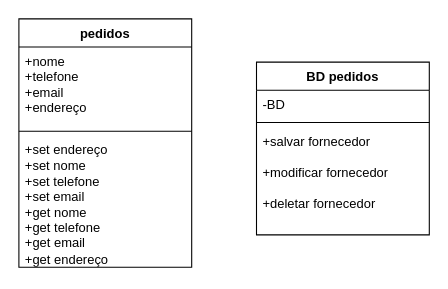
This is page "Página-3" (3 of 5) of Doc/classes.drawio from bryan0000000/fluxogramas, a draw.io file, before an edit. Source tidied: cells renumbered, new cells numbered last; positions are measured from the earlier drawing's top-left corner, leaving out a move shared by most shapes. Both pictures are drawn from the tidied source at 108%, with x=0, y=0 at pixel (18, 18).
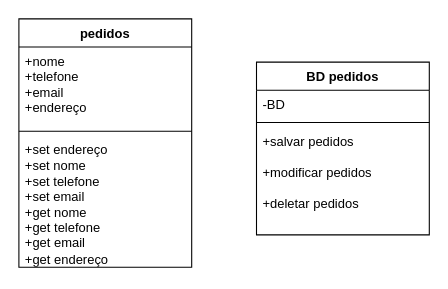
The same diagram, later.

Diff of the diagram source:
```diff
@@
 <mxGraphModel>
   <root>
     <mxCell id="0" />
     <mxCell id="1" parent="0" />
     <mxCell id="2" value="pedidos" style="swimlane;fontStyle=1;align=center;verticalAlign=top;horizontal=1;startSize=26;whiteSpace=wrap;html=1;" parent="1" vertex="1">
       <mxGeometry width="160" height="230" as="geometry" />
     </mxCell>
     <mxCell id="3" value="&lt;div&gt;+nome&lt;/div&gt;&lt;div&gt;+telefone&lt;/div&gt;&lt;div&gt;+email&lt;/div&gt;&lt;div&gt;+endereço&lt;/div&gt;" style="text;strokeColor=none;fillColor=none;align=left;verticalAlign=top;spacingLeft=4;spacingRight=4;overflow=hidden;whiteSpace=wrap;html=1;" parent="2" vertex="1">
       <mxGeometry y="26" width="160" height="74" as="geometry" />
     </mxCell>
     <mxCell id="4" style="line;strokeWidth=1;fillColor=none;align=left;verticalAlign=middle;spacingTop=-1;spacingLeft=3;spacingRight=3;labelPosition=right;strokeColor=inherit;" parent="2" vertex="1">
       <mxGeometry y="100" width="160" height="8" as="geometry" />
     </mxCell>
     <mxCell id="5" value="&lt;div&gt;+set endereço&lt;/div&gt;&lt;div&gt;+set nome&lt;br&gt;&lt;/div&gt;&lt;div&gt;+set telefone&lt;/div&gt;&lt;div&gt;&lt;span style=&quot;background-color: initial;&quot;&gt;+set email&lt;/span&gt;&lt;br&gt;&lt;/div&gt;&lt;div&gt;&lt;span style=&quot;background-color: initial;&quot;&gt;+get nome&lt;/span&gt;&lt;/div&gt;&lt;div&gt;+get telefone&lt;/div&gt;&lt;div&gt;+get email&lt;br&gt;&lt;/div&gt;&lt;div&gt;+get endereço&lt;/div&gt;" style="text;strokeColor=none;fillColor=none;align=left;verticalAlign=top;spacingLeft=4;spacingRight=4;overflow=hidden;whiteSpace=wrap;html=1;" parent="2" vertex="1">
       <mxGeometry y="108" width="160" height="122" as="geometry" />
     </mxCell>
     <mxCell id="6" value="BD pedidos" style="swimlane;fontStyle=1;align=center;verticalAlign=top;horizontal=1;startSize=26;whiteSpace=wrap;html=1;" parent="1" vertex="1">
       <mxGeometry x="220" y="40" width="160" height="160" as="geometry" />
     </mxCell>
     <mxCell id="7" value="-BD" style="text;strokeColor=none;fillColor=none;align=left;verticalAlign=top;spacingLeft=4;spacingRight=4;overflow=hidden;whiteSpace=wrap;html=1;" parent="6" vertex="1">
       <mxGeometry y="26" width="160" height="26" as="geometry" />
     </mxCell>
     <mxCell id="8" style="line;strokeWidth=1;fillColor=none;align=left;verticalAlign=middle;spacingTop=-1;spacingLeft=3;spacingRight=3;labelPosition=right;strokeColor=inherit;" parent="6" vertex="1">
       <mxGeometry y="52" width="160" height="8" as="geometry" />
     </mxCell>
-    <mxCell id="9" value="+salvar fornecedor&lt;div&gt;&lt;br&gt;&lt;/div&gt;&lt;div&gt;+modificar fornecedor&lt;/div&gt;&lt;div&gt;&lt;br&gt;&lt;/div&gt;&lt;div&gt;+deletar fornecedor&lt;/div&gt;" style="text;strokeColor=none;fillColor=none;align=left;verticalAlign=top;spacingLeft=4;spacingRight=4;overflow=hidden;whiteSpace=wrap;html=1;" parent="6" vertex="1">
+    <mxCell id="9" value="+salvar pedidos&lt;div&gt;&lt;br&gt;&lt;/div&gt;&lt;div&gt;+modificar pedidos&lt;/div&gt;&lt;div&gt;&lt;br&gt;&lt;/div&gt;&lt;div&gt;+deletar pedidos&lt;/div&gt;" style="text;strokeColor=none;fillColor=none;align=left;verticalAlign=top;spacingLeft=4;spacingRight=4;overflow=hidden;whiteSpace=wrap;html=1;" parent="6" vertex="1">
       <mxGeometry y="60" width="160" height="100" as="geometry" />
     </mxCell>
   </root>
 </mxGraphModel>
```
